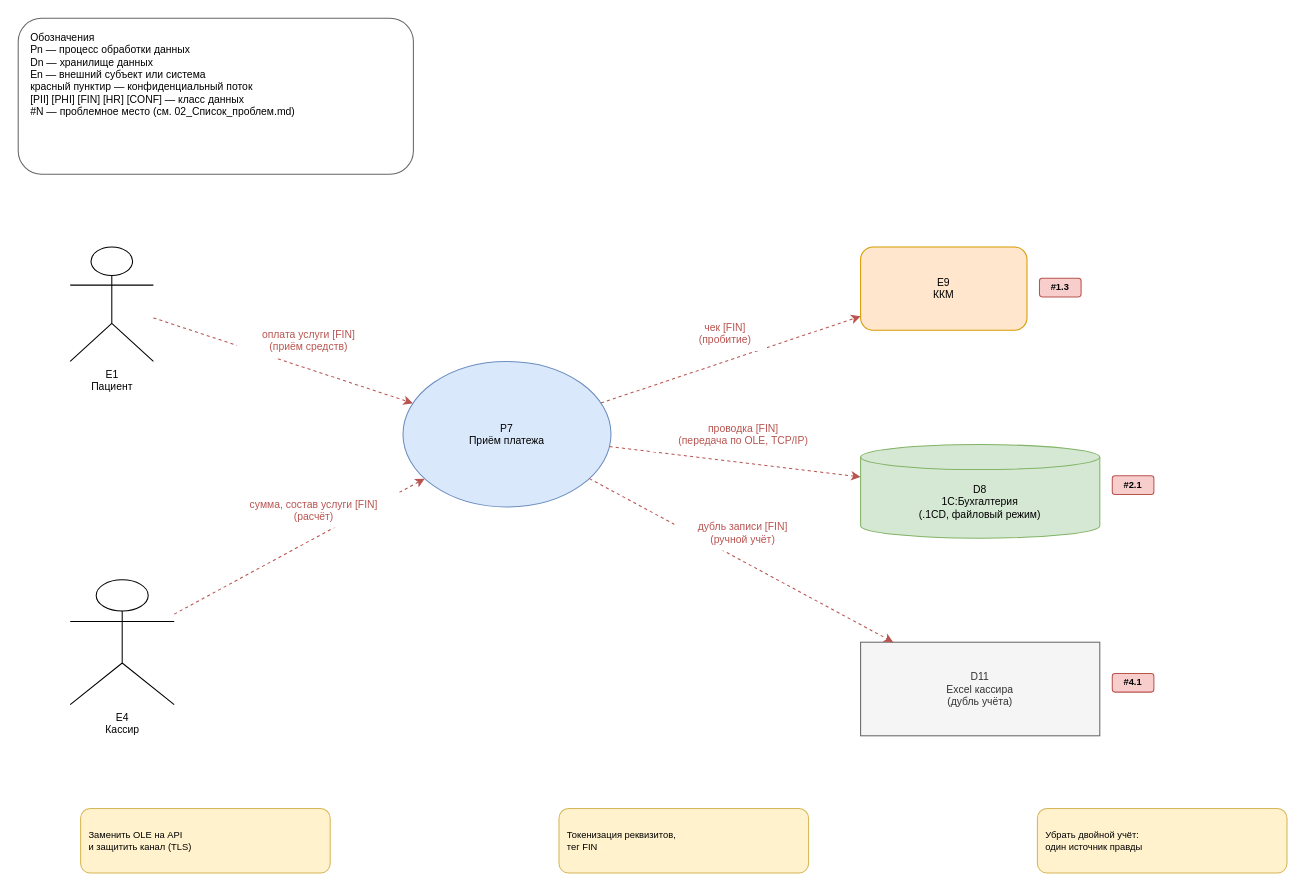
IlyaLivingstone/architecture-medikamente keeps this draw.io diagram as Task1/DFD_TO-BE/DFD_5_Оплата услуг_TO-BE.drawio. Above is the earlier version. Source tidied: cells renumbered, new cells numbered last; positions are measured from the earlier drawing's top-left corner, leaving out a move shared by most shapes. Both pictures are drawn from the tidied source at 104%, with x=0, y=0 at pixel (18, 18).
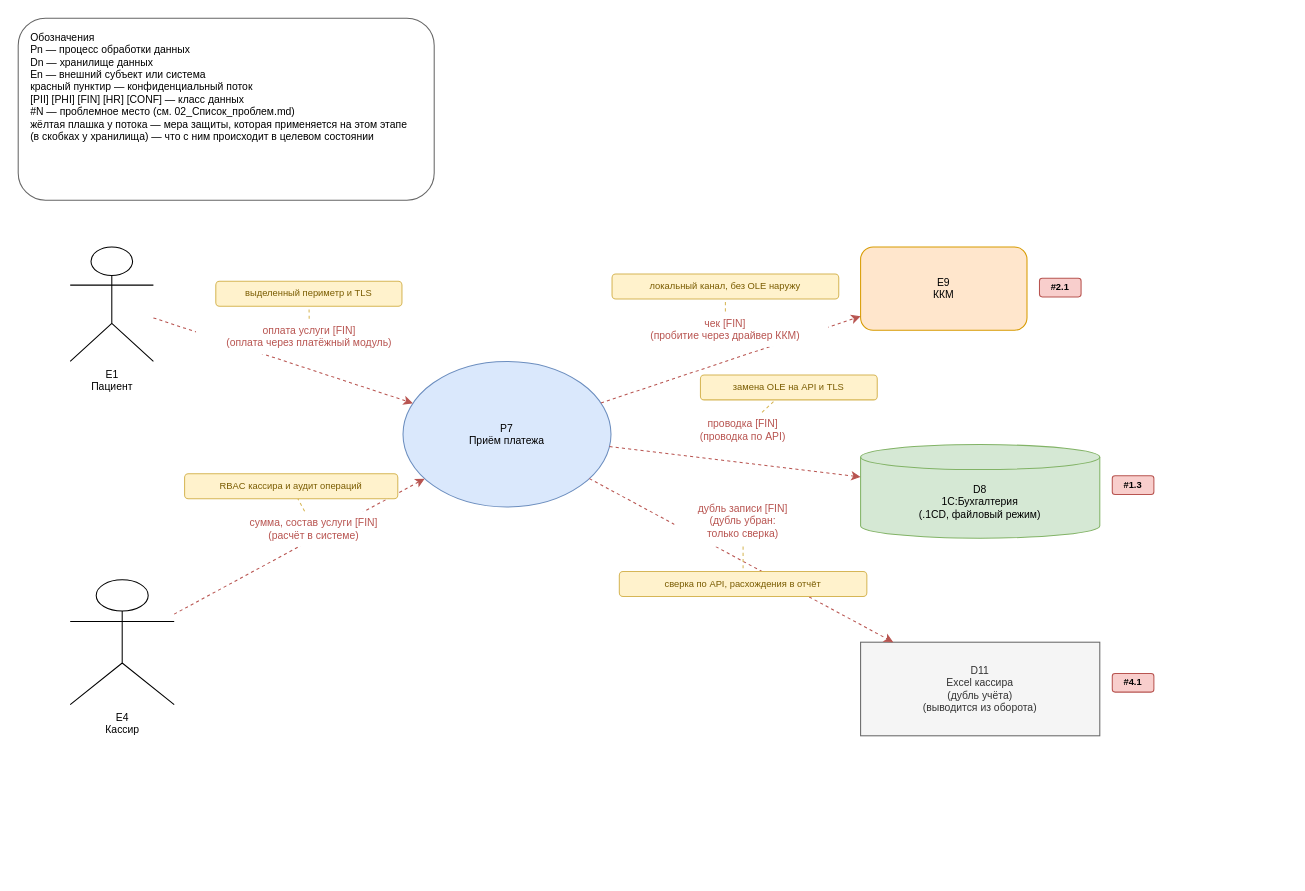
The same diagram, later.

The edit, as a diff of the source:
```diff
@@
-    <mxCell id="7" value="D11&lt;br&gt;Excel кассира&lt;br&gt;(дубль учёта)" style="rounded=0;whiteSpace=wrap;html=1;fillColor=#f5f5f5;strokeColor=#666666;fontColor=#333333;fontSize=10;" parent="1" vertex="1">
+    <mxCell id="7" value="D11&lt;br&gt;Excel кассира&lt;br&gt;(дубль учёта)&lt;br&gt;(выводится из оборота)" style="rounded=0;whiteSpace=wrap;html=1;fillColor=#f5f5f5;strokeColor=#666666;fontColor=#333333;fontSize=10;" parent="1" vertex="1">
       <mxGeometry x="810" y="600" width="230" height="90" as="geometry" />
     </mxCell>
@@
-    <mxCell id="9" value="оплата услуги [FIN]&lt;br&gt;(приём средств)" style="rounded=0;whiteSpace=wrap;html=1;align=center;verticalAlign=middle;fillColor=#ffffff;strokeColor=none;fontSize=10;fontColor=#b85450;" parent="1" vertex="1">
-      <mxGeometry x="210" y="293" width="139" height="34" as="geometry" />
+    <mxCell id="9" value="оплата услуги [FIN]&lt;br&gt;(оплата через платёжный модуль)" style="rounded=0;whiteSpace=wrap;html=1;align=center;verticalAlign=middle;fillColor=#ffffff;strokeColor=none;fontSize=10;fontColor=#b85450;" parent="1" vertex="1">
+      <mxGeometry x="171" y="289" width="218" height="34" as="geometry" />
     </mxCell>
+    <mxCell id="25" value="выделенный периметр и TLS" style="rounded=1;whiteSpace=wrap;html=1;fontSize=9;fillColor=#fff2cc;strokeColor=#d6b656;fontColor=#7a5c00;align=center;verticalAlign=middle;spacingLeft=4;spacingRight=4;" parent="1" vertex="1">
+      <mxGeometry x="190" y="253" width="179" height="24" as="geometry" />
+    </mxCell>
+    <mxCell id="26" style="html=1;endArrow=none;rounded=0;dashed=1;strokeColor=#d6b656;strokeWidth=1;" parent="1" edge="1" source="9" target="25">
+      <mxGeometry relative="1" as="geometry" />
+    </mxCell>
@@
-    <mxCell id="11" value="сумма, состав услуги [FIN]&lt;br&gt;(расчёт)" style="rounded=0;whiteSpace=wrap;html=1;align=center;verticalAlign=middle;fillColor=#ffffff;strokeColor=none;fontSize=10;fontColor=#b85450;" parent="1" vertex="1">
-      <mxGeometry x="192" y="456" width="185" height="34" as="geometry" />
+    <mxCell id="11" value="сумма, состав услуги [FIN]&lt;br&gt;(расчёт в системе)" style="rounded=0;whiteSpace=wrap;html=1;align=center;verticalAlign=middle;fillColor=#ffffff;strokeColor=none;fontSize=10;fontColor=#b85450;" parent="1" vertex="1">
+      <mxGeometry x="192" y="474" width="185" height="34" as="geometry" />
     </mxCell>
+    <mxCell id="27" value="RBAC кассира и аудит операций" style="rounded=1;whiteSpace=wrap;html=1;fontSize=9;fillColor=#fff2cc;strokeColor=#d6b656;fontColor=#7a5c00;align=center;verticalAlign=middle;spacingLeft=4;spacingRight=4;" parent="1" vertex="1">
+      <mxGeometry x="160" y="438" width="205" height="24" as="geometry" />
+    </mxCell>
+    <mxCell id="28" style="html=1;endArrow=none;rounded=0;dashed=1;strokeColor=#d6b656;strokeWidth=1;" parent="1" edge="1" source="11" target="27">
+      <mxGeometry relative="1" as="geometry" />
+    </mxCell>
@@
-    <mxCell id="13" value="чек [FIN]&lt;br&gt;(пробитие)" style="rounded=0;whiteSpace=wrap;html=1;align=center;verticalAlign=middle;fillColor=#ffffff;strokeColor=none;fontSize=10;fontColor=#b85450;" parent="1" vertex="1">
-      <mxGeometry x="640" y="286" width="80" height="34" as="geometry" />
+    <mxCell id="13" value="чек [FIN]&lt;br&gt;(пробитие через драйвер ККМ)" style="rounded=0;whiteSpace=wrap;html=1;align=center;verticalAlign=middle;fillColor=#ffffff;strokeColor=none;fontSize=10;fontColor=#b85450;" parent="1" vertex="1">
+      <mxGeometry x="581" y="282" width="198" height="34" as="geometry" />
     </mxCell>
+    <mxCell id="29" value="локальный канал, без OLE наружу" style="rounded=1;whiteSpace=wrap;html=1;fontSize=9;fillColor=#fff2cc;strokeColor=#d6b656;fontColor=#7a5c00;align=center;verticalAlign=middle;spacingLeft=4;spacingRight=4;" parent="1" vertex="1">
+      <mxGeometry x="571" y="246" width="218" height="24" as="geometry" />
+    </mxCell>
+    <mxCell id="30" style="html=1;endArrow=none;rounded=0;dashed=1;strokeColor=#d6b656;strokeWidth=1;" parent="1" edge="1" source="13" target="29">
+      <mxGeometry relative="1" as="geometry" />
+    </mxCell>
@@
-    <mxCell id="15" value="проводка [FIN]&lt;br&gt;(передача по OLE, TCP/IP)" style="rounded=0;whiteSpace=wrap;html=1;align=center;verticalAlign=middle;fillColor=#ffffff;strokeColor=none;fontSize=10;fontColor=#b85450;" parent="1" vertex="1">
-      <mxGeometry x="608" y="383" width="179" height="34" as="geometry" />
+    <mxCell id="15" value="проводка [FIN]&lt;br&gt;(проводка по API)" style="rounded=0;whiteSpace=wrap;html=1;align=center;verticalAlign=middle;fillColor=#ffffff;strokeColor=none;fontSize=10;fontColor=#b85450;" parent="1" vertex="1">
+      <mxGeometry x="634" y="379" width="126" height="34" as="geometry" />
     </mxCell>
+    <mxCell id="31" value="замена OLE на API и TLS" style="rounded=1;whiteSpace=wrap;html=1;fontSize=9;fillColor=#fff2cc;strokeColor=#d6b656;fontColor=#7a5c00;align=center;verticalAlign=middle;spacingLeft=4;spacingRight=4;" parent="1" vertex="1">
+      <mxGeometry x="656" y="343" width="170" height="24" as="geometry" />
+    </mxCell>
+    <mxCell id="32" style="html=1;endArrow=none;rounded=0;dashed=1;strokeColor=#d6b656;strokeWidth=1;" parent="1" edge="1" source="15" target="31">
+      <mxGeometry relative="1" as="geometry" />
+    </mxCell>
@@
-    <mxCell id="17" value="дубль записи [FIN]&lt;br&gt;(ручной учёт)" style="rounded=0;whiteSpace=wrap;html=1;align=center;verticalAlign=middle;fillColor=#ffffff;strokeColor=none;fontSize=10;fontColor=#b85450;" parent="1" vertex="1">
-      <mxGeometry x="631" y="478" width="132" height="34" as="geometry" />
+    <mxCell id="17" value="дубль записи [FIN]&lt;br&gt;(дубль убран:&lt;br&gt;только сверка)" style="rounded=0;whiteSpace=wrap;html=1;align=center;verticalAlign=middle;fillColor=#ffffff;strokeColor=none;fontSize=10;fontColor=#b85450;" parent="1" vertex="1">
+      <mxGeometry x="631" y="458" width="132" height="50" as="geometry" />
     </mxCell>
+    <mxCell id="33" value="сверка по API, расхождения в отчёт" style="rounded=1;whiteSpace=wrap;html=1;fontSize=9;fillColor=#fff2cc;strokeColor=#d6b656;fontColor=#7a5c00;align=center;verticalAlign=middle;spacingLeft=4;spacingRight=4;" parent="1" vertex="1">
+      <mxGeometry x="578" y="532" width="238" height="24" as="geometry" />
+    </mxCell>
+    <mxCell id="34" style="html=1;endArrow=none;rounded=0;dashed=1;strokeColor=#d6b656;strokeWidth=1;" parent="1" edge="1" source="17" target="33">
+      <mxGeometry relative="1" as="geometry" />
+    </mxCell>
-    <mxCell id="18" value="#2.1" style="rounded=1;whiteSpace=wrap;html=1;fontSize=9;fontStyle=1;fillColor=#f8cecc;strokeColor=#b85450;" parent="1" vertex="1">
+    <mxCell id="18" value="#1.3" style="rounded=1;whiteSpace=wrap;html=1;fontSize=9;fontStyle=1;fillColor=#f8cecc;strokeColor=#b85450;" parent="1" vertex="1">
       <mxGeometry x="1052" y="440" width="40" height="18" as="geometry" />
     </mxCell>
@@
-    <mxCell id="20" value="#1.3" style="rounded=1;whiteSpace=wrap;html=1;fontSize=9;fontStyle=1;fillColor=#f8cecc;strokeColor=#b85450;" parent="1" vertex="1">
+    <mxCell id="20" value="#2.1" style="rounded=1;whiteSpace=wrap;html=1;fontSize=9;fontStyle=1;fillColor=#f8cecc;strokeColor=#b85450;" parent="1" vertex="1">
       <mxGeometry x="982" y="250" width="40" height="18" as="geometry" />
     </mxCell>
-    <mxCell id="21" value="Заменить OLE на API&lt;br&gt;и защитить канал (TLS)" style="rounded=1;whiteSpace=wrap;html=1;fontSize=9;fillColor=#fff2cc;strokeColor=#d6b656;align=left;spacingLeft=6;" parent="1" vertex="1">
-      <mxGeometry x="60" y="760" width="240" height="62" as="geometry" />
-    </mxCell>
-    <mxCell id="22" value="Токенизация реквизитов,&lt;br&gt;тег FIN" style="rounded=1;whiteSpace=wrap;html=1;fontSize=9;fillColor=#fff2cc;strokeColor=#d6b656;align=left;spacingLeft=6;" parent="1" vertex="1">
-      <mxGeometry x="520" y="760" width="240" height="62" as="geometry" />
-    </mxCell>
-    <mxCell id="23" value="Убрать двойной учёт:&lt;br&gt;один источник правды" style="rounded=1;whiteSpace=wrap;html=1;fontSize=9;fillColor=#fff2cc;strokeColor=#d6b656;align=left;spacingLeft=6;" parent="1" vertex="1">
-      <mxGeometry x="980" y="760" width="240" height="62" as="geometry" />
-    </mxCell>
-    <mxCell id="24" value="Обозначения&lt;br&gt;Pn — процесс обработки данных&lt;br&gt;Dn — хранилище данных&lt;br&gt;En — внешний субъект или система&lt;br&gt;красный пунктир — конфиденциальный поток&lt;br&gt;[PII] [PHI] [FIN] [HR] [CONF] — класс данных&lt;br&gt;#N — проблемное место (см. 02_Список_проблем.md)" style="rounded=1;whiteSpace=wrap;html=1;fontSize=10;fillColor=#ffffff;strokeColor=#666666;align=left;verticalAlign=top;spacingLeft=10;spacingTop=6;" parent="1" vertex="1">
-      <mxGeometry width="380" height="150" as="geometry" />
+    <mxCell id="24" value="Обозначения&lt;br&gt;Pn — процесс обработки данных&lt;br&gt;Dn — хранилище данных&lt;br&gt;En — внешний субъект или система&lt;br&gt;красный пунктир — конфиденциальный поток&lt;br&gt;[PII] [PHI] [FIN] [HR] [CONF] — класс данных&lt;br&gt;#N — проблемное место (см. 02_Список_проблем.md)&lt;br&gt;жёлтая плашка у потока — мера защиты, которая применяется на этом этапе&lt;br&gt;(в скобках у хранилища) — что с ним происходит в целевом состоянии" style="rounded=1;whiteSpace=wrap;html=1;fontSize=10;fillColor=#ffffff;strokeColor=#666666;align=left;verticalAlign=top;spacingLeft=10;spacingTop=6;" parent="1" vertex="1">
+      <mxGeometry width="400" height="175" as="geometry" />
     </mxCell>
```
